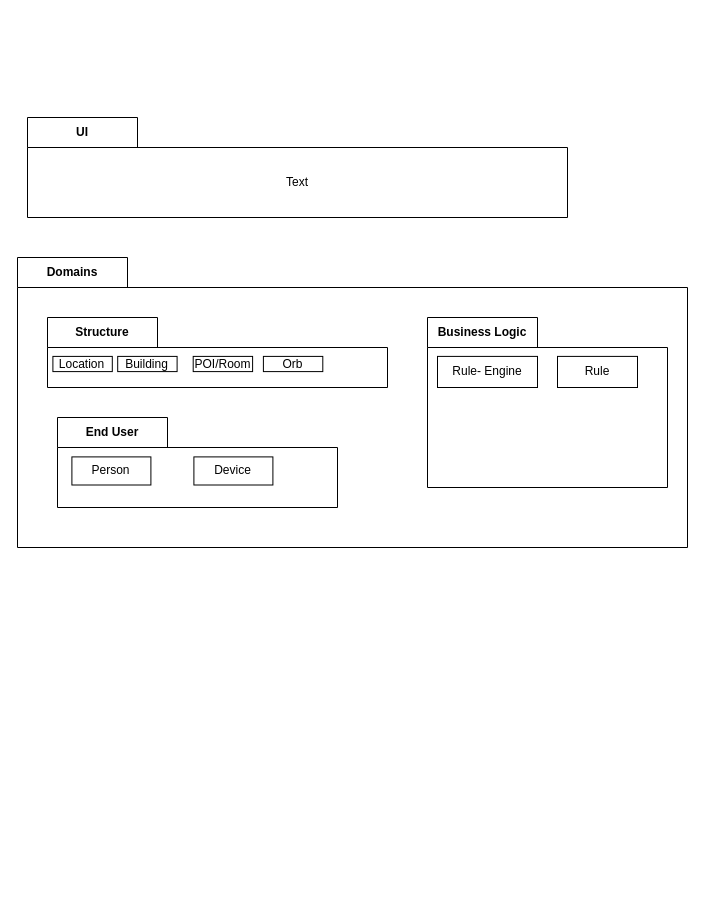
Above: ProjectArchitecture.drawio in phyllomenous/PM3_DomainModel (draw.io), before the change. Source tidied: cells renumbered, new cells numbered last; positions are measured from the earlier drawing's top-left corner, leaving out a move shared by most shapes. Both pictures are drawn from the tidied source at 100%, with x=0, y=0 at pixel (17, 117).
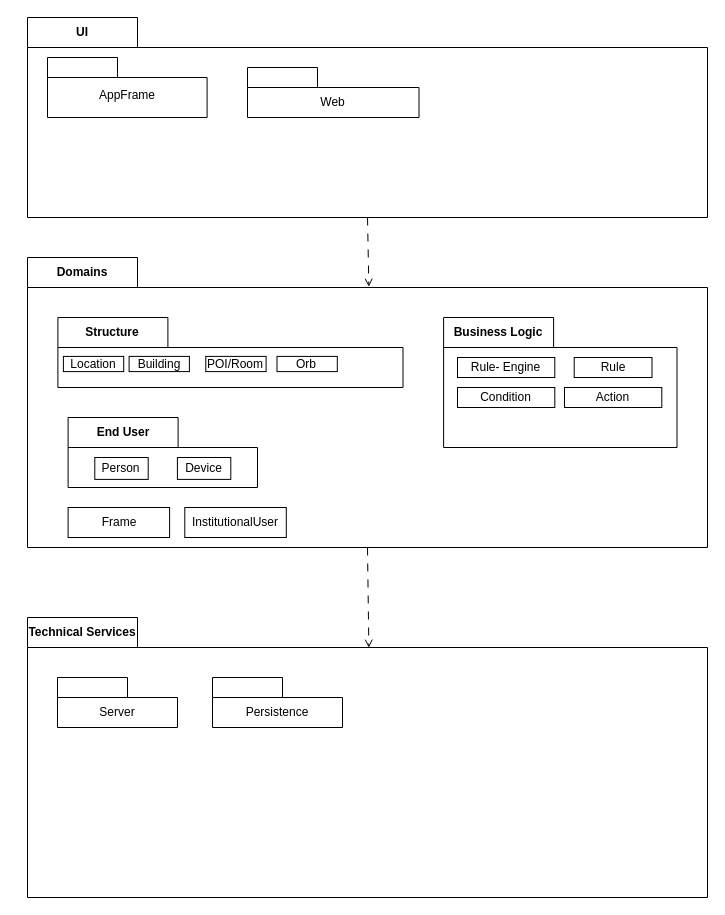
The same page after the edit.

Change to the diagram source:
```diff
@@
+    <mxCell id="20" style="rounded=0;jettySize=auto;html=1;exitX=0.5;exitY=1;exitDx=0;exitDy=0;exitPerimeter=0;entryX=0.502;entryY=0.101;entryDx=0;entryDy=0;entryPerimeter=0;dashed=1;endArrow=open;endFill=0;strokeWidth=1;dashPattern=8 8;" parent="1" edge="1" source="2" target="4">
+      <mxGeometry relative="1" as="geometry" />
+    </mxCell>
     <mxCell id="2" value="UI" style="shape=folder;fontStyle=1;tabWidth=110;tabHeight=30;tabPosition=left;html=1;boundedLbl=1;labelInHeader=1;whiteSpace=wrap;" parent="1" vertex="1">
-      <mxGeometry x="10" width="540" height="100" as="geometry" />
+      <mxGeometry x="10" y="-100" width="680" height="200" as="geometry" />
     </mxCell>
-    <mxCell id="3" value="Text" style="html=1;strokeColor=none;fillColor=none;whiteSpace=wrap;" parent="2" vertex="1">
-      <mxGeometry width="540" height="70" relative="1" as="geometry">
+    <mxCell id="3" style="html=1;strokeColor=none;fillColor=none;whiteSpace=wrap;" parent="2" vertex="1">
+      <mxGeometry width="680" height="140" relative="1" as="geometry">
         <mxPoint y="30" as="offset" />
       </mxGeometry>
     </mxCell>
+    <mxCell id="21" style="shape=folder;fontStyle=1;tabWidth=70;tabHeight=20;tabPosition=left;html=1;boundedLbl=1;labelInHeader=1;whiteSpace=wrap;" parent="2" vertex="1">
+      <mxGeometry x="220" y="50" width="171.5" height="50" as="geometry" />
+    </mxCell>
+    <mxCell id="22" value="Web" style="html=1;strokeColor=none;fillColor=none;whiteSpace=wrap;" parent="21" vertex="1">
+      <mxGeometry width="171.48" height="30" relative="1" as="geometry">
+        <mxPoint y="20" as="offset" />
+      </mxGeometry>
+    </mxCell>
+    <mxCell id="23" style="shape=folder;fontStyle=1;tabWidth=70;tabHeight=20;tabPosition=left;html=1;boundedLbl=1;labelInHeader=1;whiteSpace=wrap;" parent="2" vertex="1">
+      <mxGeometry x="20" y="40" width="159.6" height="60" as="geometry" />
+    </mxCell>
+    <mxCell id="24" value="AppFrame" style="html=1;strokeColor=none;fillColor=none;whiteSpace=wrap;" parent="23" vertex="1">
+      <mxGeometry width="159.63" height="36" relative="1" as="geometry">
+        <mxPoint y="20" as="offset" />
+      </mxGeometry>
+    </mxCell>
+    <mxCell id="25" style="rounded=0;jettySize=auto;html=1;exitX=0.5;exitY=1;exitDx=0;exitDy=0;exitPerimeter=0;entryX=0.502;entryY=0.108;entryDx=0;entryDy=0;entryPerimeter=0;dashed=1;endArrow=open;endFill=0;dashPattern=8 8;" parent="1" edge="1" source="4" target="30">
+      <mxGeometry relative="1" as="geometry" />
+    </mxCell>
     <mxCell id="4" value="Domains" style="shape=folder;fontStyle=1;tabWidth=110;tabHeight=30;tabPosition=left;html=1;boundedLbl=1;labelInHeader=1;whiteSpace=wrap;" parent="1" vertex="1">
-      <mxGeometry y="140" width="670" height="290" as="geometry" />
+      <mxGeometry x="10" y="140" width="680" height="290" as="geometry" />
     </mxCell>
     <mxCell id="5" style="html=1;strokeColor=none;fillColor=none;whiteSpace=wrap;" parent="4" vertex="1">
-      <mxGeometry width="670" height="203" relative="1" as="geometry">
+      <mxGeometry width="680" height="203" relative="1" as="geometry">
         <mxPoint y="30" as="offset" />
       </mxGeometry>
     </mxCell>
     <mxCell id="6" value="Structure" style="shape=folder;fontStyle=1;tabWidth=110;tabHeight=30;tabPosition=left;html=1;boundedLbl=1;labelInHeader=1;whiteSpace=wrap;" parent="4" vertex="1">
-      <mxGeometry x="30" y="60" width="340" height="70" as="geometry" />
+      <mxGeometry x="30.4" y="60" width="345.1" height="70" as="geometry" />
     </mxCell>
     <mxCell id="7" style="html=1;strokeColor=none;fillColor=none;whiteSpace=wrap;" parent="6" vertex="1">
-      <mxGeometry width="340" height="32.31" relative="1" as="geometry">
+      <mxGeometry width="345.07" height="32.31" relative="1" as="geometry">
         <mxPoint y="30" as="offset" />
       </mxGeometry>
     </mxCell>
     <mxCell id="8" value="Building" style="html=1;whiteSpace=wrap;" parent="6" vertex="1">
-      <mxGeometry x="70.2" y="38.9" width="59.4" height="15.2" as="geometry" />
+      <mxGeometry x="71.2" y="38.9" width="60.3" height="15.2" as="geometry" />
     </mxCell>
     <mxCell id="9" value="POI/Room" style="html=1;whiteSpace=wrap;" parent="6" vertex="1">
-      <mxGeometry x="145.7" y="38.9" width="59.4" height="15.2" as="geometry" />
+      <mxGeometry x="147.9" y="38.9" width="60.3" height="15.2" as="geometry" />
     </mxCell>
     <mxCell id="10" value="Location" style="html=1;whiteSpace=wrap;" parent="6" vertex="1">
-      <mxGeometry x="5.4" y="38.9" width="59.4" height="15.2" as="geometry" />
+      <mxGeometry x="5.5" y="38.9" width="60.3" height="15.2" as="geometry" />
     </mxCell>
     <mxCell id="11" value="Orb" style="html=1;whiteSpace=wrap;" parent="6" vertex="1">
-      <mxGeometry x="215.9" y="38.9" width="59.4" height="15.2" as="geometry" />
+      <mxGeometry x="219.1" y="38.9" width="60.3" height="15.2" as="geometry" />
     </mxCell>
     <mxCell id="12" value="&lt;div&gt;Business Logic&lt;/div&gt;" style="shape=folder;fontStyle=1;tabWidth=110;tabHeight=30;tabPosition=left;html=1;boundedLbl=1;labelInHeader=1;whiteSpace=wrap;" parent="4" vertex="1">
-      <mxGeometry x="410" y="60" width="240" height="170" as="geometry" />
+      <mxGeometry x="416.1" y="60" width="233.4" height="130" as="geometry" />
     </mxCell>
     <mxCell id="13" style="html=1;strokeColor=none;fillColor=none;whiteSpace=wrap;" parent="12" vertex="1">
-      <mxGeometry width="240" height="119" relative="1" as="geometry">
+      <mxGeometry width="233.43" height="91" relative="1" as="geometry">
         <mxPoint y="30" as="offset" />
       </mxGeometry>
     </mxCell>
     <mxCell id="14" value="Rule- Engine" style="html=1;whiteSpace=wrap;" parent="12" vertex="1">
-      <mxGeometry x="10" y="38.9" width="100" height="31.1" as="geometry" />
+      <mxGeometry x="13.9" y="40" width="97.3" height="20" as="geometry" />
     </mxCell>
     <mxCell id="15" value="Rule" style="html=1;whiteSpace=wrap;" parent="12" vertex="1">
-      <mxGeometry x="130" y="38.9" width="80" height="31.1" as="geometry" />
+      <mxGeometry x="130.6" y="40" width="77.8" height="20" as="geometry" />
     </mxCell>
+    <mxCell id="26" value="Condition" style="html=1;whiteSpace=wrap;" parent="12" vertex="1">
+      <mxGeometry x="13.9" y="70" width="97.3" height="20" as="geometry" />
+    </mxCell>
+    <mxCell id="27" value="Action" style="html=1;whiteSpace=wrap;" parent="12" vertex="1">
+      <mxGeometry x="120.9" y="70" width="97.3" height="20" as="geometry" />
+    </mxCell>
     <mxCell id="16" value="End User" style="shape=folder;fontStyle=1;tabWidth=110;tabHeight=30;tabPosition=left;html=1;boundedLbl=1;labelInHeader=1;whiteSpace=wrap;" parent="4" vertex="1">
-      <mxGeometry x="40" y="160" width="280" height="90" as="geometry" />
+      <mxGeometry x="40.6" y="160" width="189.4" height="70" as="geometry" />
     </mxCell>
     <mxCell id="17" style="html=1;strokeColor=none;fillColor=none;whiteSpace=wrap;" parent="16" vertex="1">
-      <mxGeometry width="280" height="81.56" relative="1" as="geometry">
+      <mxGeometry width="189.4" height="63.44" relative="1" as="geometry">
         <mxPoint y="30" as="offset" />
       </mxGeometry>
     </mxCell>
     <mxCell id="18" value="Person" style="html=1;whiteSpace=wrap;" parent="16" vertex="1">
-      <mxGeometry x="14.4" y="39.4" width="79" height="28.1" as="geometry" />
+      <mxGeometry x="26.7" y="40" width="53.4" height="21.9" as="geometry" />
     </mxCell>
     <mxCell id="19" value="Device" style="html=1;whiteSpace=wrap;" parent="16" vertex="1">
-      <mxGeometry x="136.4" y="39.4" width="79" height="28.1" as="geometry" />
+      <mxGeometry x="109.3" y="40" width="53.4" height="21.9" as="geometry" />
     </mxCell>
+    <mxCell id="28" value="Frame" style="html=1;whiteSpace=wrap;" parent="4" vertex="1">
+      <mxGeometry x="40.6" y="250" width="101.5" height="30" as="geometry" />
+    </mxCell>
+    <mxCell id="29" value="InstitutionalUser" style="html=1;whiteSpace=wrap;" parent="4" vertex="1">
+      <mxGeometry x="157.3" y="250" width="101.5" height="30" as="geometry" />
+    </mxCell>
+    <mxCell id="30" value="Technical Services" style="shape=folder;fontStyle=1;tabWidth=110;tabHeight=30;tabPosition=left;html=1;boundedLbl=1;labelInHeader=1;whiteSpace=wrap;" parent="1" vertex="1">
+      <mxGeometry x="10" y="500" width="680" height="280" as="geometry" />
+    </mxCell>
+    <mxCell id="31" style="html=1;strokeColor=none;fillColor=none;whiteSpace=wrap;" parent="30" vertex="1">
+      <mxGeometry width="680" height="196" relative="1" as="geometry">
+        <mxPoint y="30" as="offset" />
+      </mxGeometry>
+    </mxCell>
+    <mxCell id="32" style="shape=folder;fontStyle=1;tabWidth=70;tabHeight=20;tabPosition=left;html=1;boundedLbl=1;labelInHeader=1;whiteSpace=wrap;" parent="30" vertex="1">
+      <mxGeometry x="30" y="60" width="120" height="50" as="geometry" />
+    </mxCell>
+    <mxCell id="33" value="Server" style="html=1;strokeColor=none;fillColor=none;whiteSpace=wrap;" parent="32" vertex="1">
+      <mxGeometry width="120" height="30" relative="1" as="geometry">
+        <mxPoint y="20" as="offset" />
+      </mxGeometry>
+    </mxCell>
+    <mxCell id="34" style="shape=folder;fontStyle=1;tabWidth=70;tabHeight=20;tabPosition=left;html=1;boundedLbl=1;labelInHeader=1;whiteSpace=wrap;" parent="30" vertex="1">
+      <mxGeometry x="185" y="60" width="130" height="50" as="geometry" />
+    </mxCell>
+    <mxCell id="35" value="Persistence" style="html=1;strokeColor=none;fillColor=none;whiteSpace=wrap;" parent="34" vertex="1">
+      <mxGeometry width="130" height="30" relative="1" as="geometry">
+        <mxPoint y="20" as="offset" />
+      </mxGeometry>
+    </mxCell>
```
